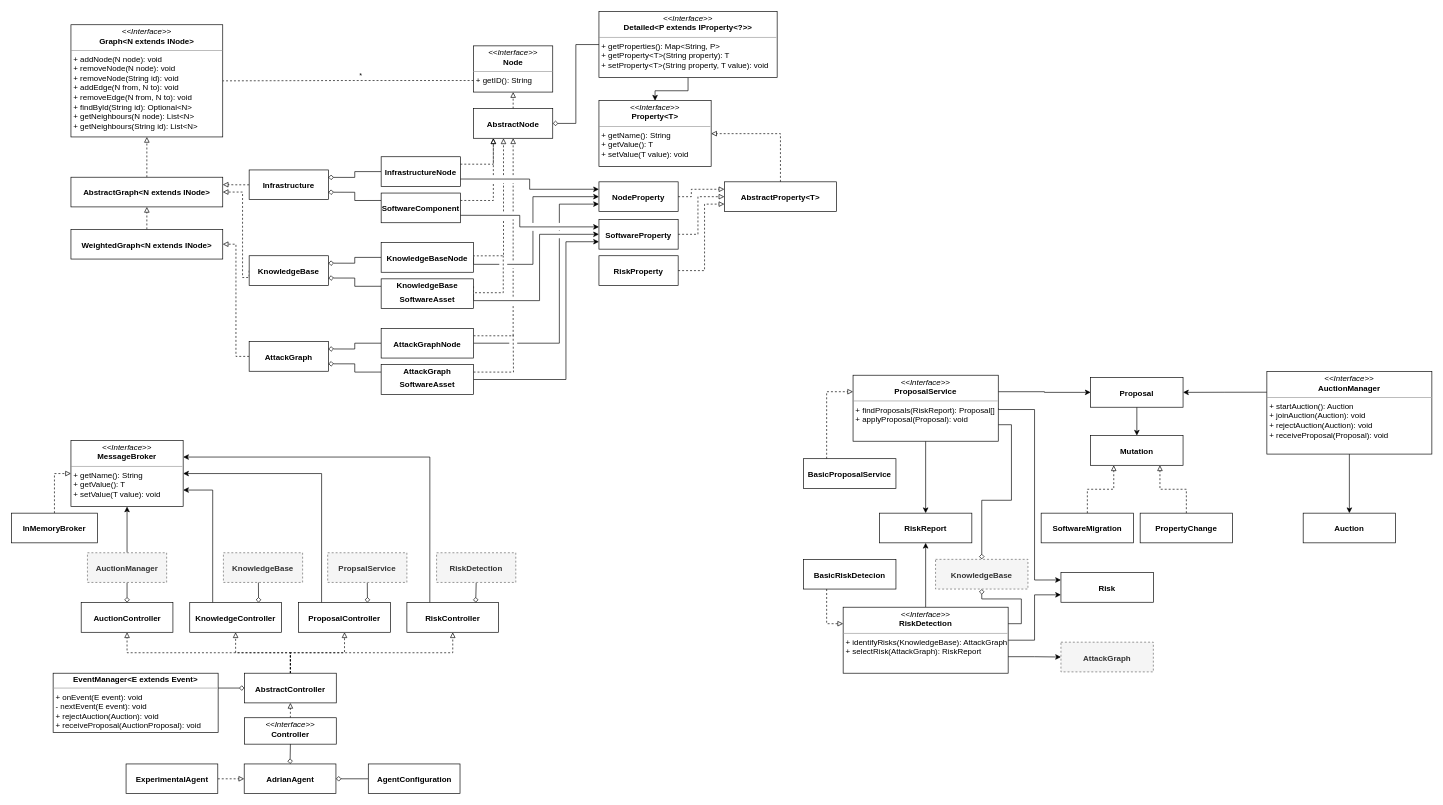
Before: packages/thesis/src/content/uml.drawio in jornverhoeven/thesis-project, a draw.io diagram. Source tidied: cells renumbered, new cells numbered last; positions are measured from the earlier drawing's top-left corner, leaving out a move shared by most shapes. Both pictures are drawn from the tidied source at 66%, with x=0, y=0 at pixel (11, 11).
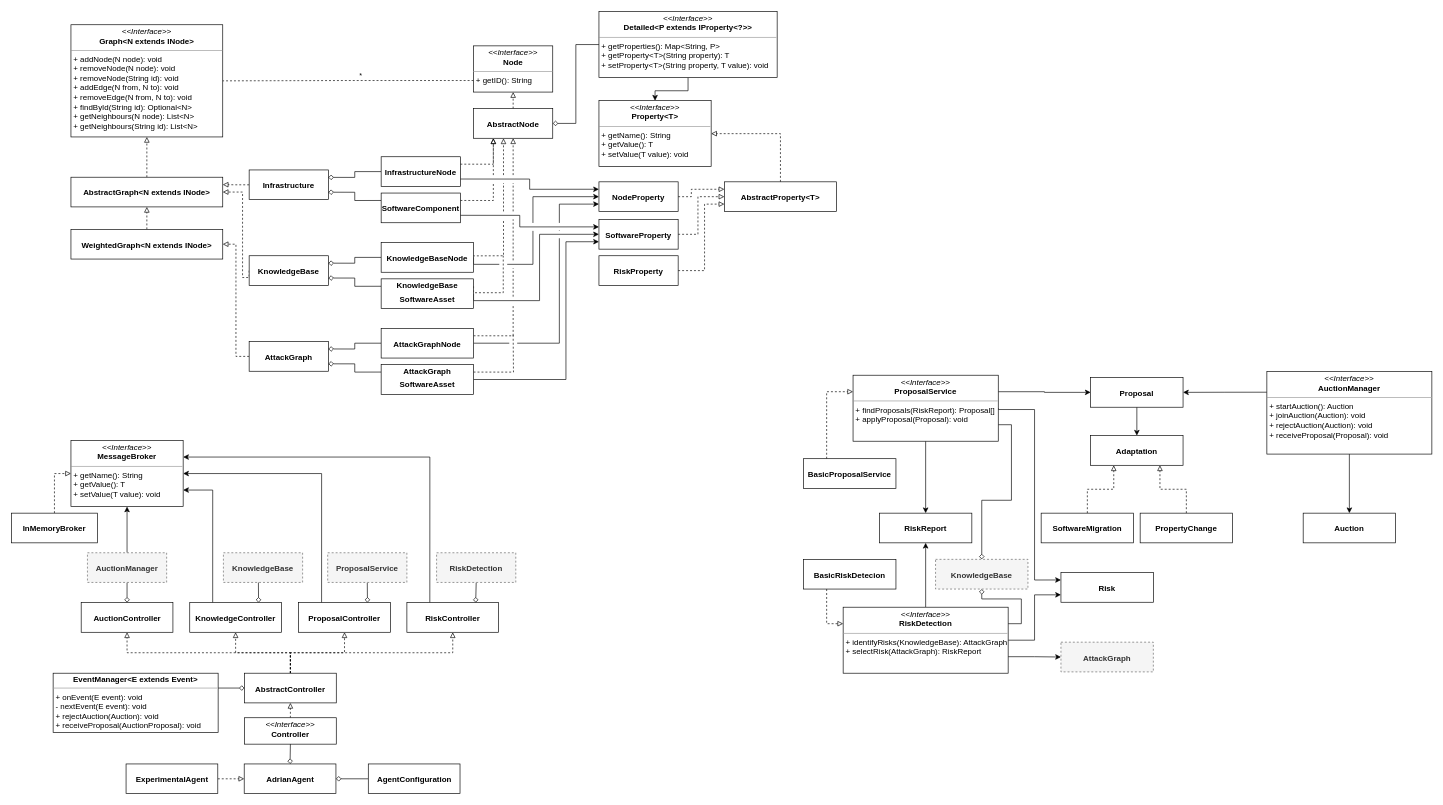
The same page after the edit.

The edit, as a diff of the source:
```diff
@@
-    <mxCell id="79" value="&lt;p style=&quot;margin: 4px 0px 0px; line-height: 130%;&quot;&gt;&lt;b&gt;&lt;br&gt;&lt;/b&gt;&lt;/p&gt;&lt;p style=&quot;margin: 4px 0px 0px; line-height: 0%;&quot;&gt;&lt;b&gt;Mutation&lt;/b&gt;&lt;/p&gt;" style="verticalAlign=middle;align=center;overflow=fill;fontSize=12;fontFamily=Helvetica;html=1;whiteSpace=wrap;labelPosition=center;verticalLabelPosition=middle;horizontal=1;" parent="1" vertex="1">
+    <mxCell id="79" value="&lt;p style=&quot;margin: 4px 0px 0px; line-height: 130%;&quot;&gt;&lt;b&gt;&lt;br&gt;&lt;/b&gt;&lt;/p&gt;&lt;p style=&quot;margin: 4px 0px 0px; line-height: 0%;&quot;&gt;&lt;b&gt;Adaptation&lt;/b&gt;&lt;/p&gt;" style="verticalAlign=middle;align=center;overflow=fill;fontSize=12;fontFamily=Helvetica;html=1;whiteSpace=wrap;labelPosition=center;verticalLabelPosition=middle;horizontal=1;" parent="1" vertex="1">
       <mxGeometry x="1635" y="642.5" width="140" height="45" as="geometry" />
     </mxCell>
@@
-    <mxCell id="109" value="&lt;p style=&quot;margin: 4px 0px 0px; line-height: 130%;&quot;&gt;&lt;b&gt;&lt;br&gt;&lt;/b&gt;&lt;/p&gt;&lt;p style=&quot;margin: 4px 0px 0px; line-height: 0%;&quot;&gt;&lt;b&gt;PropsalService&lt;/b&gt;&lt;/p&gt;" style="verticalAlign=middle;align=center;overflow=fill;fontSize=12;fontFamily=Helvetica;html=1;whiteSpace=wrap;labelPosition=center;verticalLabelPosition=middle;horizontal=1;fillColor=#f5f5f5;fontColor=#333333;strokeColor=#666666;dashed=1;" parent="1" vertex="1">
+    <mxCell id="109" value="&lt;p style=&quot;margin: 4px 0px 0px; line-height: 130%;&quot;&gt;&lt;b&gt;&lt;br&gt;&lt;/b&gt;&lt;/p&gt;&lt;p style=&quot;margin: 4px 0px 0px; line-height: 0%;&quot;&gt;&lt;b&gt;ProposalService&lt;/b&gt;&lt;/p&gt;" style="verticalAlign=middle;align=center;overflow=fill;fontSize=12;fontFamily=Helvetica;html=1;whiteSpace=wrap;labelPosition=center;verticalLabelPosition=middle;horizontal=1;fillColor=#f5f5f5;fontColor=#333333;strokeColor=#666666;dashed=1;" parent="1" vertex="1">
       <mxGeometry x="479" y="820" width="120" height="45" as="geometry" />
     </mxCell>
```
